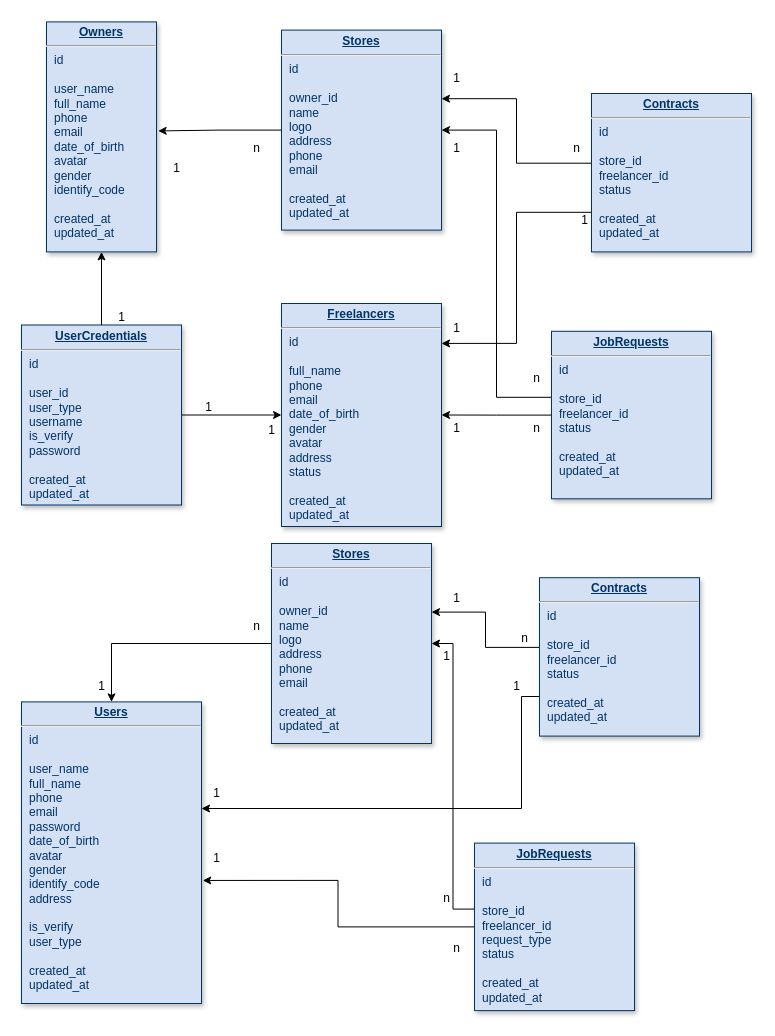
Earlier version of the draw.io diagram database.drawio (TunKeyy/NTKha-intern-backend-test). Source tidied: cells renumbered, new cells numbered last; positions are measured from the earlier drawing's top-left corner, leaving out a move shared by most shapes. Both pictures are drawn from the tidied source at 100%, with x=0, y=0 at pixel (21, 21).
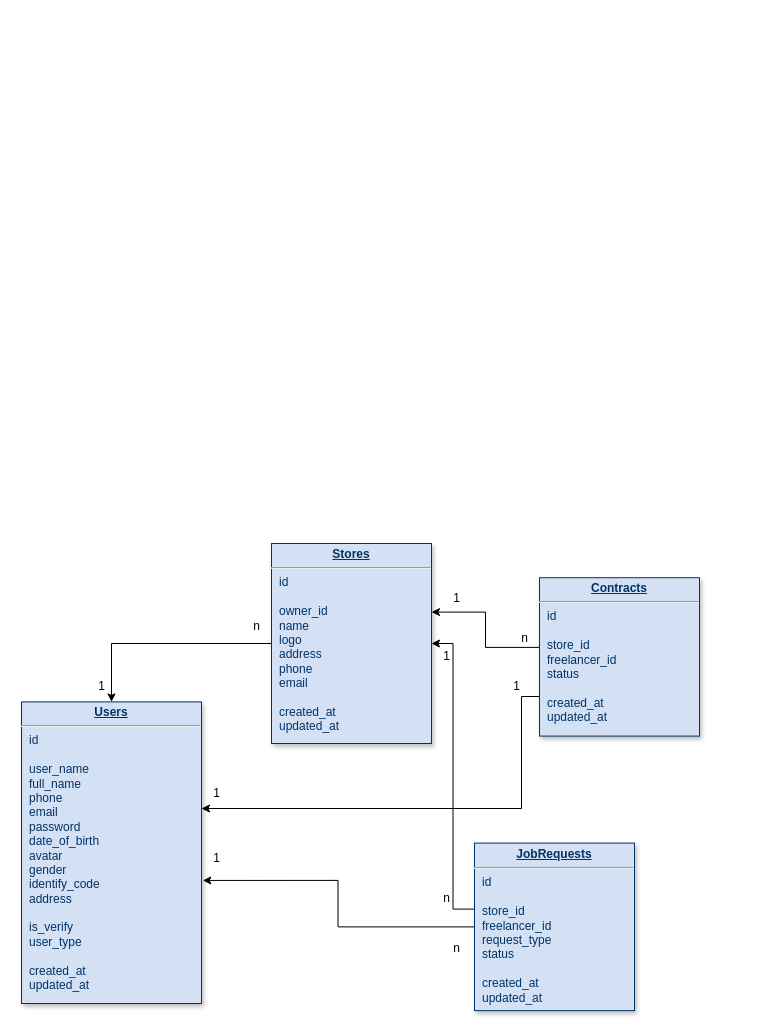
Above is the later version.

Diff of the diagram source:
```diff
@@
-    <mxCell id="2" style="edgeStyle=orthogonalEdgeStyle;rounded=0;jettySize=auto;html=1;entryX=1.015;entryY=0.474;entryDx=0;entryDy=0;entryPerimeter=0;" parent="1" edge="1" source="3" target="14">
-      <mxGeometry relative="1" as="geometry" />
-    </mxCell>
-    <mxCell id="3" value="&lt;p style=&quot;margin: 0px; margin-top: 4px; text-align: center; text-decoration: underline;&quot;&gt;&lt;b&gt;Stores&lt;/b&gt;&lt;/p&gt;&lt;hr&gt;&lt;p style=&quot;margin: 0px; margin-left: 8px;&quot;&gt;id&lt;/p&gt;&lt;p style=&quot;margin: 0px; margin-left: 8px;&quot;&gt;&lt;br&gt;&lt;/p&gt;&lt;p style=&quot;margin: 0px; margin-left: 8px;&quot;&gt;owner_id&lt;/p&gt;&lt;p style=&quot;margin: 0px; margin-left: 8px;&quot;&gt;name&lt;/p&gt;&lt;p style=&quot;margin: 0px; margin-left: 8px;&quot;&gt;logo&lt;/p&gt;&lt;p style=&quot;margin: 0px; margin-left: 8px;&quot;&gt;address&lt;/p&gt;&lt;p style=&quot;margin: 0px; margin-left: 8px;&quot;&gt;phone&lt;/p&gt;&lt;p style=&quot;margin: 0px; margin-left: 8px;&quot;&gt;email&lt;/p&gt;&lt;p style=&quot;margin: 0px; margin-left: 8px;&quot;&gt;&lt;br&gt;&lt;/p&gt;&lt;p style=&quot;border-color: var(--border-color); margin: 0px 0px 0px 8px;&quot;&gt;created_at&lt;/p&gt;&lt;p style=&quot;border-color: var(--border-color); margin: 0px 0px 0px 8px;&quot;&gt;updated_at&lt;/p&gt;&lt;p style=&quot;margin: 0px; margin-left: 8px;&quot;&gt;&lt;br&gt;&lt;/p&gt;" style="verticalAlign=top;align=left;overflow=fill;fontSize=12;fontFamily=Helvetica;html=1;strokeColor=#003366;shadow=1;fillColor=#D4E1F5;fontColor=#003366;" parent="1" vertex="1">
-      <mxGeometry x="260" y="8.6" width="160" height="200" as="geometry" />
-    </mxCell>
-    <mxCell id="4" style="edgeStyle=orthogonalEdgeStyle;rounded=0;jettySize=auto;html=1;" parent="1" edge="1" source="6" target="13">
-      <mxGeometry relative="1" as="geometry" />
-    </mxCell>
-    <mxCell id="5" style="edgeStyle=orthogonalEdgeStyle;rounded=0;jettySize=auto;html=1;entryX=1;entryY=0.5;entryDx=0;entryDy=0;exitX=0.004;exitY=0.394;exitDx=0;exitDy=0;exitPerimeter=0;" parent="1" edge="1" source="6" target="3">
-      <mxGeometry relative="1" as="geometry" />
-    </mxCell>
-    <mxCell id="6" value="&lt;p style=&quot;margin: 0px; margin-top: 4px; text-align: center; text-decoration: underline;&quot;&gt;&lt;b&gt;JobRequests&lt;/b&gt;&lt;/p&gt;&lt;hr&gt;&lt;p style=&quot;margin: 0px; margin-left: 8px;&quot;&gt;&lt;span style=&quot;background-color: initial;&quot;&gt;id&lt;/span&gt;&lt;/p&gt;&lt;p style=&quot;margin: 0px; margin-left: 8px;&quot;&gt;&lt;br&gt;&lt;/p&gt;&lt;p style=&quot;margin: 0px; margin-left: 8px;&quot;&gt;store_id&lt;/p&gt;&lt;p style=&quot;margin: 0px; margin-left: 8px;&quot;&gt;freelancer_id&lt;/p&gt;&lt;p style=&quot;margin: 0px; margin-left: 8px;&quot;&gt;status&lt;/p&gt;&lt;p style=&quot;margin: 0px; margin-left: 8px;&quot;&gt;&lt;br&gt;&lt;/p&gt;&lt;p style=&quot;border-color: var(--border-color); margin: 0px 0px 0px 8px;&quot;&gt;created_at&lt;/p&gt;&lt;p style=&quot;border-color: var(--border-color); margin: 0px 0px 0px 8px;&quot;&gt;updated_at&lt;/p&gt;" style="verticalAlign=top;align=left;overflow=fill;fontSize=12;fontFamily=Helvetica;html=1;strokeColor=#003366;shadow=1;fillColor=#D4E1F5;fontColor=#003366;" parent="1" vertex="1">
-      <mxGeometry x="530" y="309.8" width="160" height="167.5" as="geometry" />
-    </mxCell>
-    <mxCell id="7" style="edgeStyle=orthogonalEdgeStyle;rounded=0;jettySize=auto;html=1;entryX=0.5;entryY=1;entryDx=0;entryDy=0;" parent="1" edge="1" source="9" target="14">
-      <mxGeometry relative="1" as="geometry" />
-    </mxCell>
-    <mxCell id="8" style="edgeStyle=orthogonalEdgeStyle;rounded=0;jettySize=auto;html=1;" parent="1" edge="1" source="9" target="13">
-      <mxGeometry relative="1" as="geometry" />
-    </mxCell>
-    <mxCell id="9" value="&lt;p style=&quot;margin: 0px; margin-top: 4px; text-align: center; text-decoration: underline;&quot;&gt;&lt;b&gt;UserCredentials&lt;/b&gt;&lt;/p&gt;&lt;hr&gt;&lt;p style=&quot;margin: 0px; margin-left: 8px;&quot;&gt;id&lt;/p&gt;&lt;p style=&quot;margin: 0px; margin-left: 8px;&quot;&gt;&lt;br&gt;&lt;/p&gt;&lt;p style=&quot;margin: 0px; margin-left: 8px;&quot;&gt;user_id&lt;/p&gt;&lt;p style=&quot;margin: 0px; margin-left: 8px;&quot;&gt;user_type&lt;/p&gt;&lt;p style=&quot;margin: 0px; margin-left: 8px;&quot;&gt;&lt;span style=&quot;background-color: initial;&quot;&gt;username&lt;/span&gt;&lt;/p&gt;&lt;p style=&quot;margin: 0px; margin-left: 8px;&quot;&gt;is_verify&lt;/p&gt;&lt;p style=&quot;margin: 0px; margin-left: 8px;&quot;&gt;&lt;span style=&quot;background-color: initial;&quot;&gt;password&lt;/span&gt;&lt;br&gt;&lt;/p&gt;&lt;p style=&quot;border-color: var(--border-color); margin: 0px 0px 0px 8px;&quot;&gt;&lt;br&gt;&lt;/p&gt;&lt;p style=&quot;border-color: var(--border-color); margin: 0px 0px 0px 8px;&quot;&gt;created_at&lt;/p&gt;&lt;p style=&quot;border-color: var(--border-color); margin: 0px 0px 0px 8px;&quot;&gt;updated_at&lt;/p&gt;" style="verticalAlign=top;align=left;overflow=fill;fontSize=12;fontFamily=Helvetica;html=1;strokeColor=#003366;shadow=1;fillColor=#D4E1F5;fontColor=#003366;" parent="1" vertex="1">
-      <mxGeometry y="303.5" width="160" height="180" as="geometry" />
-    </mxCell>
-    <mxCell id="10" style="edgeStyle=orthogonalEdgeStyle;rounded=0;jettySize=auto;html=1;entryX=1;entryY=0.343;entryDx=0;entryDy=0;entryPerimeter=0;exitX=0;exitY=0.44;exitDx=0;exitDy=0;exitPerimeter=0;" parent="1" edge="1" source="12" target="3">
-      <mxGeometry relative="1" as="geometry" />
-    </mxCell>
-    <mxCell id="11" style="edgeStyle=orthogonalEdgeStyle;rounded=0;jettySize=auto;html=1;entryX=1;entryY=0.179;entryDx=0;entryDy=0;entryPerimeter=0;exitX=0;exitY=0.75;exitDx=0;exitDy=0;" parent="1" edge="1" source="12" target="13">
-      <mxGeometry relative="1" as="geometry" />
-    </mxCell>
-    <mxCell id="12" value="&lt;p style=&quot;margin: 0px; margin-top: 4px; text-align: center; text-decoration: underline;&quot;&gt;&lt;b&gt;Contracts&lt;/b&gt;&lt;/p&gt;&lt;hr&gt;&lt;p style=&quot;margin: 0px; margin-left: 8px;&quot;&gt;&lt;span style=&quot;background-color: initial;&quot;&gt;id&lt;/span&gt;&lt;/p&gt;&lt;p style=&quot;margin: 0px; margin-left: 8px;&quot;&gt;&lt;span style=&quot;background-color: initial;&quot;&gt;&lt;br&gt;&lt;/span&gt;&lt;/p&gt;&lt;p style=&quot;margin: 0px; margin-left: 8px;&quot;&gt;store_id&lt;/p&gt;&lt;p style=&quot;margin: 0px; margin-left: 8px;&quot;&gt;freelancer_id&lt;/p&gt;&lt;p style=&quot;margin: 0px; margin-left: 8px;&quot;&gt;status&lt;/p&gt;&lt;p style=&quot;margin: 0px; margin-left: 8px;&quot;&gt;&lt;br&gt;&lt;/p&gt;&lt;p style=&quot;margin: 0px; margin-left: 8px;&quot;&gt;created_at&lt;/p&gt;&lt;p style=&quot;margin: 0px; margin-left: 8px;&quot;&gt;updated_at&lt;/p&gt;" style="verticalAlign=top;align=left;overflow=fill;fontSize=12;fontFamily=Helvetica;html=1;strokeColor=#003366;shadow=1;fillColor=#D4E1F5;fontColor=#003366;" parent="1" vertex="1">
-      <mxGeometry x="570" y="72" width="160" height="158.4" as="geometry" />
-    </mxCell>
-    <mxCell id="13" value="&lt;p style=&quot;margin: 0px; margin-top: 4px; text-align: center; text-decoration: underline;&quot;&gt;&lt;strong&gt;Freelancers&lt;/strong&gt;&lt;/p&gt;&lt;hr&gt;&lt;p style=&quot;margin: 0px; margin-left: 8px;&quot;&gt;id&lt;/p&gt;&lt;p style=&quot;margin: 0px; margin-left: 8px;&quot;&gt;&lt;br&gt;&lt;/p&gt;&lt;p style=&quot;margin: 0px; margin-left: 8px;&quot;&gt;full_name&lt;/p&gt;&lt;p style=&quot;margin: 0px; margin-left: 8px;&quot;&gt;phone&lt;/p&gt;&lt;p style=&quot;margin: 0px; margin-left: 8px;&quot;&gt;email&lt;/p&gt;&lt;p style=&quot;margin: 0px; margin-left: 8px;&quot;&gt;date_of_birth&lt;/p&gt;&lt;p style=&quot;margin: 0px; margin-left: 8px;&quot;&gt;gender&lt;/p&gt;&lt;p style=&quot;margin: 0px; margin-left: 8px;&quot;&gt;avatar&lt;/p&gt;&lt;p style=&quot;margin: 0px; margin-left: 8px;&quot;&gt;address&lt;/p&gt;&lt;p style=&quot;margin: 0px; margin-left: 8px;&quot;&gt;status&lt;/p&gt;&lt;p style=&quot;margin: 0px; margin-left: 8px;&quot;&gt;&lt;br&gt;&lt;/p&gt;&lt;p style=&quot;border-color: var(--border-color); margin: 0px 0px 0px 8px;&quot;&gt;created_at&lt;/p&gt;&lt;p style=&quot;border-color: var(--border-color); margin: 0px 0px 0px 8px;&quot;&gt;updated_at&lt;/p&gt;" style="verticalAlign=top;align=left;overflow=fill;fontSize=12;fontFamily=Helvetica;html=1;strokeColor=#003366;shadow=1;fillColor=#D4E1F5;fontColor=#003366;" parent="1" vertex="1">
-      <mxGeometry x="260" y="282" width="160" height="223" as="geometry" />
-    </mxCell>
-    <mxCell id="14" value="&lt;p style=&quot;margin: 0px; margin-top: 4px; text-align: center; text-decoration: underline;&quot;&gt;&lt;b&gt;Owners&lt;/b&gt;&lt;/p&gt;&lt;hr&gt;&lt;p style=&quot;margin: 0px; margin-left: 8px;&quot;&gt;&lt;span style=&quot;background-color: initial;&quot;&gt;id&lt;/span&gt;&lt;br&gt;&lt;/p&gt;&lt;p style=&quot;margin: 0px; margin-left: 8px;&quot;&gt;&lt;span style=&quot;background-color: initial;&quot;&gt;&lt;br&gt;&lt;/span&gt;&lt;/p&gt;&lt;p style=&quot;margin: 0px; margin-left: 8px;&quot;&gt;user_name&lt;/p&gt;&lt;p style=&quot;margin: 0px; margin-left: 8px;&quot;&gt;full_name&lt;/p&gt;&lt;p style=&quot;margin: 0px; margin-left: 8px;&quot;&gt;phone&lt;/p&gt;&lt;p style=&quot;margin: 0px; margin-left: 8px;&quot;&gt;email&lt;/p&gt;&lt;p style=&quot;margin: 0px; margin-left: 8px;&quot;&gt;date_of_birth&lt;/p&gt;&lt;p style=&quot;margin: 0px; margin-left: 8px;&quot;&gt;avatar&lt;/p&gt;&lt;p style=&quot;margin: 0px; margin-left: 8px;&quot;&gt;gender&lt;/p&gt;&lt;p style=&quot;margin: 0px; margin-left: 8px;&quot;&gt;identify_code&lt;/p&gt;&lt;p style=&quot;margin: 0px; margin-left: 8px;&quot;&gt;&lt;br&gt;&lt;/p&gt;&lt;p style=&quot;border-color: var(--border-color); margin: 0px 0px 0px 8px;&quot;&gt;created_at&lt;/p&gt;&lt;p style=&quot;border-color: var(--border-color); margin: 0px 0px 0px 8px;&quot;&gt;updated_at&lt;/p&gt;" style="verticalAlign=top;align=left;overflow=fill;fontSize=12;fontFamily=Helvetica;html=1;strokeColor=#003366;shadow=1;fillColor=#D4E1F5;fontColor=#003366;" parent="1" vertex="1">
-      <mxGeometry x="25" y="0.4" width="110" height="230" as="geometry" />
-    </mxCell>
-    <mxCell id="15" value="1" style="text;html=1;align=center;verticalAlign=middle;strokeColor=none;fillColor=none;" parent="1" vertex="1">
-      <mxGeometry x="548" y="184" width="30" height="30" as="geometry" />
-    </mxCell>
-    <mxCell id="16" value="1" style="text;html=1;align=center;verticalAlign=middle;strokeColor=none;fillColor=none;" parent="1" vertex="1">
-      <mxGeometry x="420" y="292" width="30" height="30" as="geometry" />
-    </mxCell>
-    <mxCell id="17" value="n" style="text;html=1;align=center;verticalAlign=middle;strokeColor=none;fillColor=none;" parent="1" vertex="1">
-      <mxGeometry x="220" y="112" width="30" height="30" as="geometry" />
-    </mxCell>
-    <mxCell id="18" value="1" style="text;html=1;align=center;verticalAlign=middle;strokeColor=none;fillColor=none;" parent="1" vertex="1">
-      <mxGeometry x="140" y="132" width="30" height="30" as="geometry" />
-    </mxCell>
-    <mxCell id="19" value="1" style="text;html=1;align=center;verticalAlign=middle;strokeColor=none;fillColor=none;" parent="1" vertex="1">
-      <mxGeometry x="420" y="42" width="30" height="30" as="geometry" />
-    </mxCell>
-    <mxCell id="20" value="n" style="text;html=1;align=center;verticalAlign=middle;strokeColor=none;fillColor=none;" parent="1" vertex="1">
-      <mxGeometry x="540" y="112" width="30" height="30" as="geometry" />
-    </mxCell>
-    <mxCell id="21" value="n" style="text;html=1;align=center;verticalAlign=middle;strokeColor=none;fillColor=none;" parent="1" vertex="1">
-      <mxGeometry x="500" y="392" width="30" height="30" as="geometry" />
-    </mxCell>
-    <mxCell id="22" value="1" style="text;html=1;align=center;verticalAlign=middle;strokeColor=none;fillColor=none;" parent="1" vertex="1">
-      <mxGeometry x="420" y="392" width="30" height="30" as="geometry" />
-    </mxCell>
-    <mxCell id="23" value="1" style="text;html=1;align=center;verticalAlign=middle;strokeColor=none;fillColor=none;" parent="1" vertex="1">
-      <mxGeometry x="420" y="112" width="30" height="30" as="geometry" />
-    </mxCell>
-    <mxCell id="24" value="n" style="text;html=1;align=center;verticalAlign=middle;strokeColor=none;fillColor=none;" parent="1" vertex="1">
-      <mxGeometry x="500" y="342" width="30" height="30" as="geometry" />
-    </mxCell>
-    <mxCell id="25" value="1" style="text;html=1;align=center;verticalAlign=middle;strokeColor=none;fillColor=none;" parent="1" vertex="1">
-      <mxGeometry x="85" y="281" width="30" height="30" as="geometry" />
-    </mxCell>
-    <mxCell id="26" value="1" style="text;html=1;align=center;verticalAlign=middle;strokeColor=none;fillColor=none;" parent="1" vertex="1">
-      <mxGeometry x="172" y="371" width="30" height="30" as="geometry" />
-    </mxCell>
-    <mxCell id="27" value="1" style="text;html=1;align=center;verticalAlign=middle;strokeColor=none;fillColor=none;" parent="1" vertex="1">
-      <mxGeometry x="235" y="394" width="30" height="30" as="geometry" />
-    </mxCell>
```
